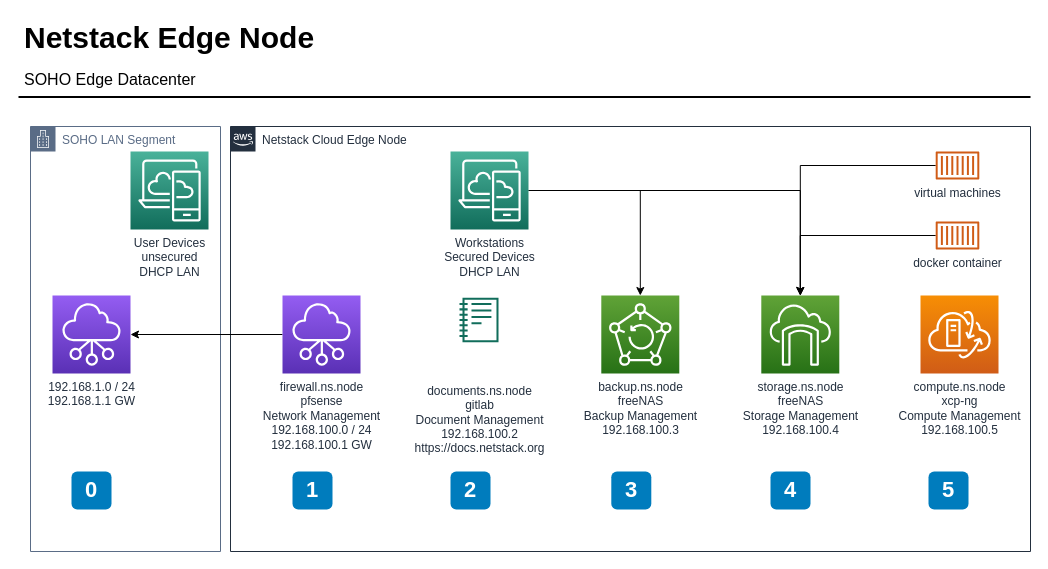
This is docs/lan/netstackEdgeNode.drawio from grasshorse/netstack, a draw.io file, before an edit. Source tidied: cells renumbered, new cells numbered last; positions are measured from the earlier drawing's top-left corner, leaving out a move shared by most shapes. Both pictures are drawn from the tidied source at 100%, with x=0, y=0 at pixel (18, 17).
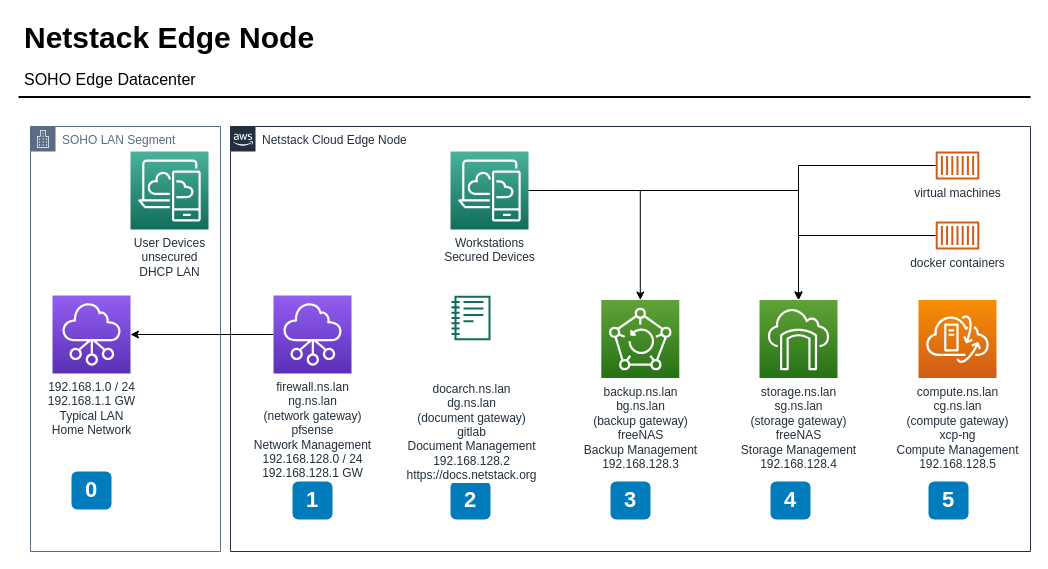
Above is the later version.

Change to the diagram source:
```diff
@@
     <mxCell id="4" value="1" style="rounded=1;whiteSpace=wrap;html=1;fillColor=#007CBD;strokeColor=none;fontColor=#FFFFFF;fontStyle=1;fontSize=22;" parent="1" vertex="1">
-      <mxGeometry x="274" y="454" width="40" height="38" as="geometry" />
+      <mxGeometry x="274" y="464" width="40" height="38" as="geometry" />
     </mxCell>
@@
     <mxCell id="8" value="2" style="rounded=1;whiteSpace=wrap;html=1;fillColor=#007CBD;strokeColor=none;fontColor=#FFFFFF;fontStyle=1;fontSize=22;" parent="1" vertex="1">
-      <mxGeometry x="432" y="454" width="40" height="38" as="geometry" />
+      <mxGeometry x="432" y="464" width="40" height="38" as="geometry" />
     </mxCell>
-    <mxCell id="9" value="&lt;br&gt;&lt;br&gt;documents.ns.node&lt;br&gt;gitlab&lt;br&gt;Document Management&lt;br&gt;192.168.100.2&lt;br&gt;https://docs.netstack.org" style="fontColor=#232F3E;gradientColor=none;fillColor=#116D5B;strokeColor=none;dashed=0;verticalLabelPosition=bottom;verticalAlign=top;align=center;html=1;fontSize=12;fontStyle=0;shape=mxgraph.aws4.sagemaker_notebook;labelBackgroundColor=#ffffff;spacingTop=6;" parent="1" vertex="1">
-      <mxGeometry x="441" y="280" width="39" height="45" as="geometry" />
+    <mxCell id="9" value="&lt;br&gt;&lt;br&gt;docarch.ns.lan&lt;br&gt;dg.ns.lan&lt;br&gt;(document gateway)&lt;br&gt;gitlab&lt;br&gt;Document Management&lt;br&gt;192.168.128.2&lt;br&gt;https://docs.netstack.org" style="fontColor=#232F3E;gradientColor=none;fillColor=#116D5B;strokeColor=none;dashed=0;verticalLabelPosition=bottom;verticalAlign=top;align=center;html=1;fontSize=12;fontStyle=0;shape=mxgraph.aws4.sagemaker_notebook;labelBackgroundColor=#ffffff;spacingTop=6;" parent="1" vertex="1">
+      <mxGeometry x="433" y="278" width="39" height="45" as="geometry" />
     </mxCell>
@@
-    <mxCell id="11" value="docker container" style="outlineConnect=0;fontColor=#232F3E;gradientColor=none;fillColor=#D05C17;strokeColor=none;dashed=0;verticalLabelPosition=bottom;verticalAlign=top;align=center;html=1;fontSize=12;fontStyle=0;shape=mxgraph.aws4.container_1;labelBackgroundColor=#ffffff;" parent="1" vertex="1">
+    <mxCell id="11" value="docker containers" style="outlineConnect=0;fontColor=#232F3E;gradientColor=none;fillColor=#D05C17;strokeColor=none;dashed=0;verticalLabelPosition=bottom;verticalAlign=top;align=center;html=1;fontSize=12;fontStyle=0;shape=mxgraph.aws4.container_1;labelBackgroundColor=#ffffff;" parent="1" vertex="1">
       <mxGeometry x="917" y="204" width="44" height="28" as="geometry" />
     </mxCell>
     <mxCell id="12" value="3" style="rounded=1;whiteSpace=wrap;html=1;fillColor=#007CBD;strokeColor=none;fontColor=#FFFFFF;fontStyle=1;fontSize=22;" parent="1" vertex="1">
-      <mxGeometry x="592.8" y="454" width="40" height="38" as="geometry" />
+      <mxGeometry x="592" y="464" width="40" height="38" as="geometry" />
     </mxCell>
     <mxCell id="13" value="4" style="rounded=1;whiteSpace=wrap;html=1;fillColor=#007CBD;strokeColor=none;fontColor=#FFFFFF;fontStyle=1;fontSize=22;" parent="1" vertex="1">
-      <mxGeometry x="752" y="454" width="40" height="38" as="geometry" />
+      <mxGeometry x="752" y="464" width="40" height="38" as="geometry" />
     </mxCell>
     <mxCell id="14" value="5" style="rounded=1;whiteSpace=wrap;html=1;fillColor=#007CBD;strokeColor=none;fontColor=#FFFFFF;fontStyle=1;fontSize=22;" parent="1" vertex="1">
-      <mxGeometry x="910" y="454" width="40" height="38" as="geometry" />
+      <mxGeometry x="910" y="464" width="40" height="38" as="geometry" />
     </mxCell>
-    <mxCell id="15" value="backup.ns.node&lt;br&gt;freeNAS&lt;br&gt;Backup Management&lt;br&gt;192.168.100.3" style="outlineConnect=0;fontColor=#232F3E;gradientColor=#60A337;gradientDirection=north;fillColor=#277116;strokeColor=#ffffff;dashed=0;verticalLabelPosition=bottom;verticalAlign=top;align=center;html=1;fontSize=12;fontStyle=0;shape=mxgraph.aws4.resourceIcon;resIcon=mxgraph.aws4.backup;" parent="1" vertex="1">
-      <mxGeometry x="582.8" y="278" width="78" height="78" as="geometry" />
+    <mxCell id="15" value="backup.ns.lan&lt;br&gt;bg.ns.lan&lt;br&gt;(backup gateway)&lt;br&gt;freeNAS&lt;br&gt;Backup Management&lt;br&gt;192.168.128.3" style="outlineConnect=0;fontColor=#232F3E;gradientColor=#60A337;gradientDirection=north;fillColor=#277116;strokeColor=#ffffff;dashed=0;verticalLabelPosition=bottom;verticalAlign=top;align=center;html=1;fontSize=12;fontStyle=0;shape=mxgraph.aws4.resourceIcon;resIcon=mxgraph.aws4.backup;" parent="1" vertex="1">
+      <mxGeometry x="582.8" y="282.5" width="78" height="78" as="geometry" />
     </mxCell>
-    <mxCell id="16" value="compute.ns.node&lt;br&gt;xcp-ng&lt;br&gt;Compute Management&lt;br&gt;192.168.100.5" style="fontColor=#232F3E;gradientColor=#F78E04;gradientDirection=north;fillColor=#D05C17;strokeColor=#ffffff;dashed=0;verticalLabelPosition=bottom;verticalAlign=top;align=center;html=1;fontSize=12;fontStyle=0;shape=mxgraph.aws4.resourceIcon;resIcon=mxgraph.aws4.vmware_cloud_on_aws;" parent="1" vertex="1">
-      <mxGeometry x="902" y="278" width="78" height="78" as="geometry" />
+    <mxCell id="16" value="compute.ns.lan&lt;br&gt;cg.ns.lan&lt;br&gt;(compute gateway)&lt;br&gt;xcp-ng&lt;br&gt;Compute Management&lt;br&gt;192.168.128.5" style="fontColor=#232F3E;gradientColor=#F78E04;gradientDirection=north;fillColor=#D05C17;strokeColor=#ffffff;dashed=0;verticalLabelPosition=bottom;verticalAlign=top;align=center;html=1;fontSize=12;fontStyle=0;shape=mxgraph.aws4.resourceIcon;resIcon=mxgraph.aws4.vmware_cloud_on_aws;" parent="1" vertex="1">
+      <mxGeometry x="900" y="282.5" width="78" height="78" as="geometry" />
     </mxCell>
-    <mxCell id="17" value="192.168.1.0 / 24&lt;br&gt;192.168.1.1 GW&lt;br&gt;" style="outlineConnect=0;fontColor=#232F3E;gradientColor=#945DF2;gradientDirection=north;fillColor=#5A30B5;strokeColor=#ffffff;dashed=0;verticalLabelPosition=bottom;verticalAlign=top;align=center;html=1;fontSize=12;fontStyle=0;shape=mxgraph.aws4.resourceIcon;resIcon=mxgraph.aws4.networking_and_content_delivery;" parent="1" vertex="1">
+    <mxCell id="17" value="192.168.1.0 / 24&lt;br&gt;192.168.1.1 GW&lt;br&gt;Typical LAN&lt;br&gt;Home Network" style="outlineConnect=0;fontColor=#232F3E;gradientColor=#945DF2;gradientDirection=north;fillColor=#5A30B5;strokeColor=#ffffff;dashed=0;verticalLabelPosition=bottom;verticalAlign=top;align=center;html=1;fontSize=12;fontStyle=0;shape=mxgraph.aws4.resourceIcon;resIcon=mxgraph.aws4.networking_and_content_delivery;" parent="1" vertex="1">
       <mxGeometry x="34" y="278" width="78" height="78" as="geometry" />
     </mxCell>
-    <mxCell id="18" value="storage.ns.node&lt;br&gt;freeNAS&lt;br&gt;Storage Management&lt;br&gt;192.168.100.4" style="outlineConnect=0;fontColor=#232F3E;gradientColor=#60A337;gradientDirection=north;fillColor=#277116;strokeColor=#ffffff;dashed=0;verticalLabelPosition=bottom;verticalAlign=top;align=center;html=1;fontSize=12;fontStyle=0;shape=mxgraph.aws4.resourceIcon;resIcon=mxgraph.aws4.storage_gateway;" parent="1" vertex="1">
-      <mxGeometry x="742.8" y="278" width="78" height="78" as="geometry" />
+    <mxCell id="18" value="storage.ns.lan&lt;br&gt;sg.ns.lan&lt;br&gt;(storage gateway)&lt;br&gt;freeNAS&lt;br&gt;Storage Management&lt;br&gt;192.168.128.4" style="outlineConnect=0;fontColor=#232F3E;gradientColor=#60A337;gradientDirection=north;fillColor=#277116;strokeColor=#ffffff;dashed=0;verticalLabelPosition=bottom;verticalAlign=top;align=center;html=1;fontSize=12;fontStyle=0;shape=mxgraph.aws4.resourceIcon;resIcon=mxgraph.aws4.storage_gateway;" parent="1" vertex="1">
+      <mxGeometry x="741" y="282.5" width="78" height="78" as="geometry" />
     </mxCell>
@@
-    <mxCell id="21" value="firewall.ns.node&lt;br&gt;pfsense&lt;br&gt;Network Management&lt;br&gt;192.168.100.0 / 24&lt;br&gt;192.168.100.1 GW" style="outlineConnect=0;fontColor=#232F3E;gradientColor=#945DF2;gradientDirection=north;fillColor=#5A30B5;strokeColor=#ffffff;dashed=0;verticalLabelPosition=bottom;verticalAlign=top;align=center;html=1;fontSize=12;fontStyle=0;shape=mxgraph.aws4.resourceIcon;resIcon=mxgraph.aws4.networking_and_content_delivery;" parent="1" vertex="1">
-      <mxGeometry x="264" y="278" width="78" height="78" as="geometry" />
+    <mxCell id="21" value="firewall.ns.lan&lt;br&gt;ng.ns.lan&lt;br&gt;(network gateway)&lt;br&gt;pfsense&lt;br&gt;Network Management&lt;br&gt;192.168.128.0 / 24&lt;br&gt;192.168.128.1 GW" style="outlineConnect=0;fontColor=#232F3E;gradientColor=#945DF2;gradientDirection=north;fillColor=#5A30B5;strokeColor=#ffffff;dashed=0;verticalLabelPosition=bottom;verticalAlign=top;align=center;html=1;fontSize=12;fontStyle=0;shape=mxgraph.aws4.resourceIcon;resIcon=mxgraph.aws4.networking_and_content_delivery;" parent="1" vertex="1">
+      <mxGeometry x="255" y="278" width="78" height="78" as="geometry" />
     </mxCell>
@@
-    <mxCell id="27" value="Workstations&lt;br&gt;Secured Devices&lt;br&gt;DHCP LAN" style="outlineConnect=0;fontColor=#232F3E;gradientColor=#4AB29A;gradientDirection=north;fillColor=#116D5B;strokeColor=#ffffff;dashed=0;verticalLabelPosition=bottom;verticalAlign=top;align=center;html=1;fontSize=12;fontStyle=0;shape=mxgraph.aws4.resourceIcon;resIcon=mxgraph.aws4.desktop_and_app_streaming;" parent="1" vertex="1">
+    <mxCell id="27" value="Workstations&lt;br&gt;Secured Devices" style="outlineConnect=0;fontColor=#232F3E;gradientColor=#4AB29A;gradientDirection=north;fillColor=#116D5B;strokeColor=#ffffff;dashed=0;verticalLabelPosition=bottom;verticalAlign=top;align=center;html=1;fontSize=12;fontStyle=0;shape=mxgraph.aws4.resourceIcon;resIcon=mxgraph.aws4.desktop_and_app_streaming;" parent="1" vertex="1">
       <mxGeometry x="432" y="134" width="78" height="78" as="geometry" />
     </mxCell>
```
